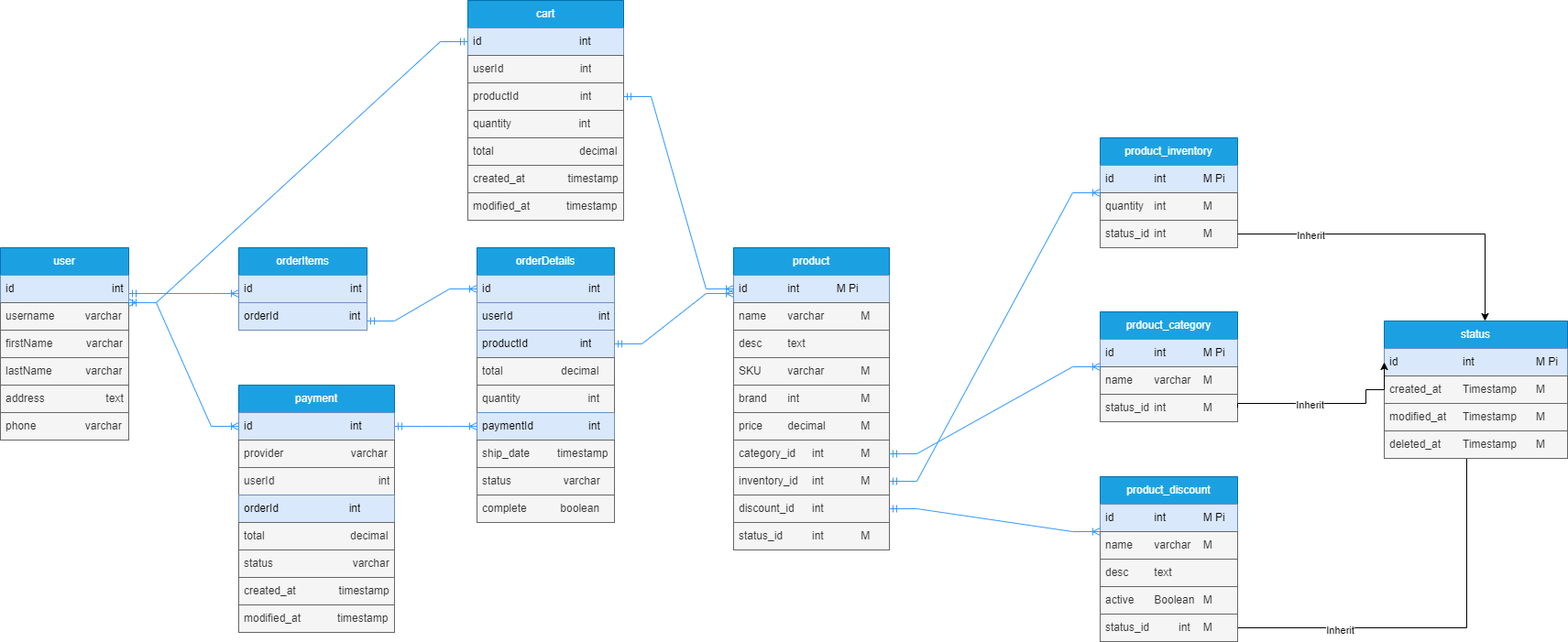
Before: ecommerce.png, a diagram exported from draw.io (sharifmajumdar/fs14-ecommerce-erd). Source tidied: cells renumbered, new cells last; positions are measured from the earlier drawing's top-left corner, leaving out a move shared by most shapes.
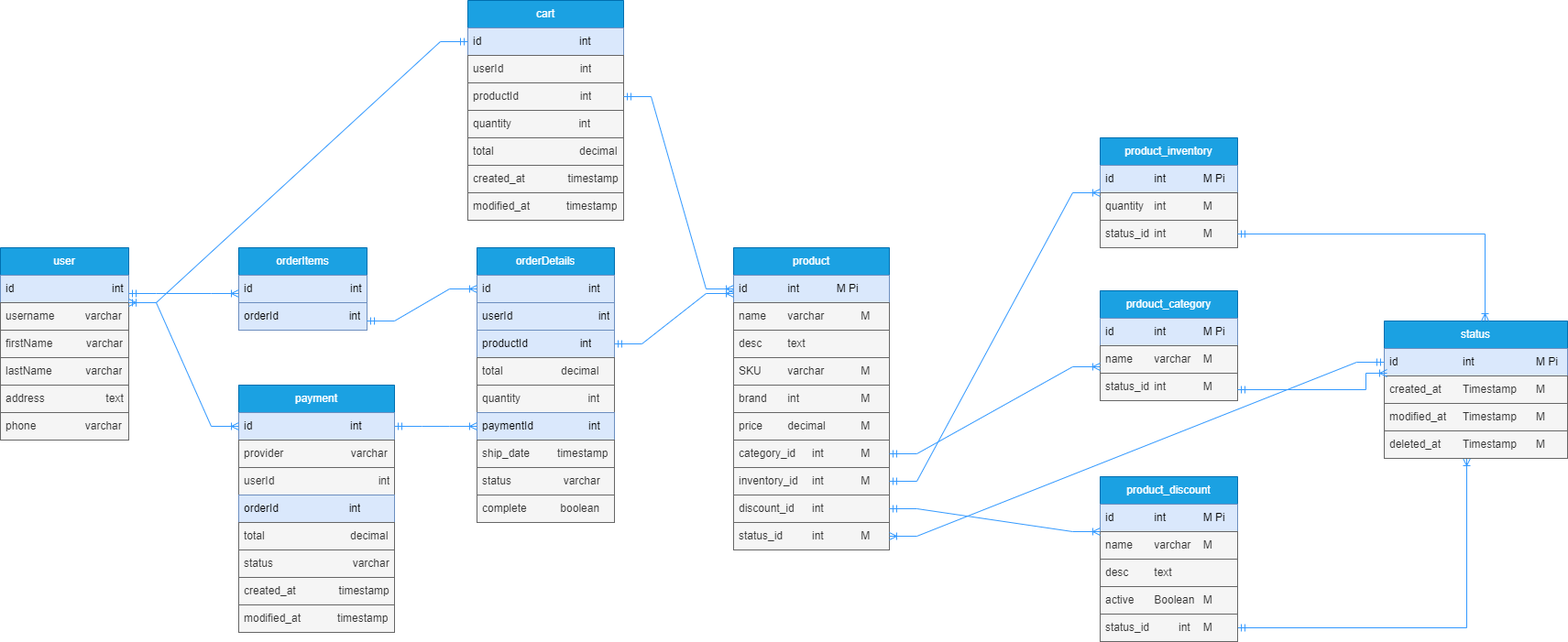
Above is the later version.

What changed in the source:
```diff
@@ -105,7 +105,7 @@
       <mxGeometry y="300" width="170" height="30" as="geometry" />
     </mxCell>
     <mxCell id="35" value="prdouct_category" style="swimlane;fontStyle=0;horizontal=1;startSize=30;whiteSpace=wrap;html=1;fillColor=#1ba1e2;strokeColor=#006EAF;fontColor=#ffffff;" parent="1" vertex="1">
-      <mxGeometry x="1200" y="340" width="150" height="120" as="geometry" />
+      <mxGeometry x="1200" y="317" width="150" height="120" as="geometry" />
     </mxCell>
     <mxCell id="36" value="id&lt;span style=&quot;white-space: pre;&quot;&gt;&#9;&lt;/span&gt;&lt;span style=&quot;white-space: pre;&quot;&gt;&#9;&lt;/span&gt;int&lt;span style=&quot;white-space: pre;&quot;&gt;&#9;&lt;/span&gt;&lt;span style=&quot;white-space: pre;&quot;&gt;&#9;&lt;/span&gt;M Pi" style="text;strokeColor=#6c8ebf;fillColor=#dae8fc;align=left;verticalAlign=middle;spacingLeft=4;spacingRight=4;overflow=hidden;whiteSpace=wrap;html=1;" parent="35" vertex="1">
       <mxGeometry y="30" width="150" height="30" as="geometry" />
@@ -116,14 +116,11 @@
     <mxCell id="38" value="status_id&lt;span style=&quot;white-space: pre;&quot;&gt;&#9;&lt;/span&gt;int&lt;span style=&quot;white-space: pre;&quot;&gt;&#9;&lt;/span&gt;&lt;span style=&quot;white-space: pre;&quot;&gt;&#9;&lt;/span&gt;M" style="text;strokeColor=#666666;fillColor=#f5f5f5;align=left;verticalAlign=middle;spacingLeft=4;spacingRight=4;overflow=hidden;points=[[0,0.5],[1,0.5]];portConstraint=eastwest;whiteSpace=wrap;html=1;fontColor=#333333;" parent="35" vertex="1">
       <mxGeometry y="90" width="150" height="30" as="geometry" />
     </mxCell>
-    <mxCell id="39" style="edgeStyle=orthogonalEdgeStyle;rounded=0;jettySize=auto;html=1;exitX=1;exitY=0.5;exitDx=0;exitDy=0;" parent="1" edge="1" source="46">
+    <mxCell id="39" style="edgeStyle=orthogonalEdgeStyle;rounded=0;jettySize=auto;html=1;exitX=1;exitY=0.5;exitDx=0;exitDy=0;endArrow=ERoneToMany;fontSize=12;strokeColor=#3399FF;startArrow=ERmandOne;" parent="1" edge="1" source="46">
       <mxGeometry relative="1" as="geometry">
-        <mxPoint x="1600" y="470" as="targetPoint" />
+        <mxPoint x="1600" y="500" as="targetPoint" />
       </mxGeometry>
     </mxCell>
-    <mxCell id="40" value="Inherit" style="edgeLabel;html=1;align=center;verticalAlign=middle;" parent="39" vertex="1">
-      <mxGeometry x="-0.52" y="-2" relative="1" as="geometry" />
-    </mxCell>
     <mxCell id="41" value="product_discount" style="swimlane;fontStyle=0;horizontal=1;startSize=30;whiteSpace=wrap;html=1;fillColor=#1ba1e2;strokeColor=#006EAF;fontColor=#ffffff;" parent="1" vertex="1">
       <mxGeometry x="1200" y="520" width="150" height="120" as="geometry" />
     </mxCell>
@@ -166,6 +163,15 @@
     <mxCell id="54" value="created_at&lt;span style=&quot;white-space: pre;&quot;&gt;&#9;&lt;/span&gt;Timestamp&lt;span style=&quot;white-space: pre;&quot;&gt;&#9;&lt;/span&gt;M" style="text;strokeColor=#666666;fillColor=#f5f5f5;align=left;verticalAlign=middle;spacingLeft=4;spacingRight=4;overflow=hidden;points=[[0,0.5],[1,0.5]];portConstraint=eastwest;whiteSpace=wrap;html=1;fontColor=#333333;" parent="52" vertex="1">
       <mxGeometry y="60" width="200" height="30" as="geometry" />
     </mxCell>
+    <mxCell id="88" style="edgeStyle=orthogonalEdgeStyle;rounded=0;jettySize=auto;html=1;exitX=1;exitY=0.5;exitDx=0;exitDy=0;entryX=0.015;entryY=-0.1;entryDx=0;entryDy=0;entryPerimeter=0;endArrow=ERoneToMany;fontSize=12;strokeColor=#3399FF;startArrow=ERmandOne;" parent="52" edge="1" target="54">
+      <mxGeometry relative="1" as="geometry">
+        <mxPoint x="-160" y="75" as="sourcePoint" />
+        <Array as="points">
+          <mxPoint x="-20" y="75" />
+          <mxPoint x="-20" y="57" />
+        </Array>
+      </mxGeometry>
+    </mxCell>
     <mxCell id="55" value="modified_at&lt;span style=&quot;white-space: pre;&quot;&gt;&#9;&lt;/span&gt;Timestamp&lt;span style=&quot;white-space: pre;&quot;&gt;&#9;&lt;/span&gt;M" style="text;strokeColor=#666666;fillColor=#f5f5f5;align=left;verticalAlign=middle;spacingLeft=4;spacingRight=4;overflow=hidden;whiteSpace=wrap;html=1;fontColor=#333333;" parent="52" vertex="1">
       <mxGeometry y="90" width="200" height="30" as="geometry" />
     </mxCell>
@@ -187,25 +193,9 @@
         <mxPoint x="1200" y="580" as="targetPoint" />
       </mxGeometry>
     </mxCell>
-    <mxCell id="60" style="edgeStyle=orthogonalEdgeStyle;rounded=0;jettySize=auto;html=1;entryX=0.55;entryY=0;entryDx=0;entryDy=0;entryPerimeter=0;exitX=1;exitY=0.5;exitDx=0;exitDy=0;" parent="1" edge="1" source="50" target="52">
+    <mxCell id="60" style="edgeStyle=orthogonalEdgeStyle;rounded=0;jettySize=auto;html=1;entryX=0.55;entryY=0;entryDx=0;entryDy=0;entryPerimeter=0;exitX=1;exitY=0.5;exitDx=0;exitDy=0;endArrow=ERoneToMany;fontSize=12;strokeColor=#3399FF;startArrow=ERmandOne;" parent="1" edge="1" source="50" target="52">
       <mxGeometry relative="1" as="geometry" />
     </mxCell>
-    <mxCell id="61" value="Inherit" style="edgeLabel;html=1;align=center;verticalAlign=middle;" parent="60" vertex="1">
-      <mxGeometry x="-0.57" y="-1" relative="1" as="geometry" />
-    </mxCell>
-    <mxCell id="62" style="edgeStyle=orthogonalEdgeStyle;rounded=0;jettySize=auto;html=1;entryX=0;entryY=0.5;entryDx=0;entryDy=0;exitX=1;exitY=0.5;exitDx=0;exitDy=0;" parent="1" edge="1" source="38" target="53">
-      <mxGeometry relative="1" as="geometry">
-        <Array as="points">
-          <mxPoint x="1350" y="440" />
-          <mxPoint x="1490" y="440" />
-          <mxPoint x="1490" y="425" />
-          <mxPoint x="1510" y="425" />
-        </Array>
-      </mxGeometry>
-    </mxCell>
-    <mxCell id="63" value="Inherit" style="edgeLabel;html=1;align=center;verticalAlign=middle;" parent="62" vertex="1">
-      <mxGeometry x="-0.21" y="-1" relative="1" as="geometry" />
-    </mxCell>
     <mxCell id="64" style="edgeStyle=entityRelationEdgeStyle;fontSize=12;html=1;endArrow=ERoneToMany;startArrow=ERmandOne;rounded=0;strokeColor=#3399FF;" parent="1" edge="1">
       <mxGeometry relative="1" as="geometry">
         <mxPoint x="140" y="320" as="sourcePoint" />
@@ -285,5 +275,8 @@
     <mxCell id="87" style="edgeStyle=entityRelationEdgeStyle;fontSize=12;html=1;endArrow=ERoneToMany;rounded=0;exitX=1;exitY=0.5;exitDx=0;exitDy=0;entryX=0;entryY=0.5;entryDx=0;entryDy=0;strokeColor=#3399FF;startArrow=ERmandOne;" parent="1" edge="1" source="80" target="25">
       <mxGeometry relative="1" as="geometry" />
     </mxCell>
+    <mxCell id="89" style="edgeStyle=entityRelationEdgeStyle;fontSize=12;html=1;endArrow=ERoneToMany;rounded=0;exitX=0;exitY=0.5;exitDx=0;exitDy=0;entryX=1;entryY=0.5;entryDx=0;entryDy=0;strokeColor=#3399FF;startArrow=ERmandOne;" parent="1" edge="1" source="53" target="34">
+      <mxGeometry relative="1" as="geometry" />
+    </mxCell>
   </root>
 </mxGraphModel>
```
